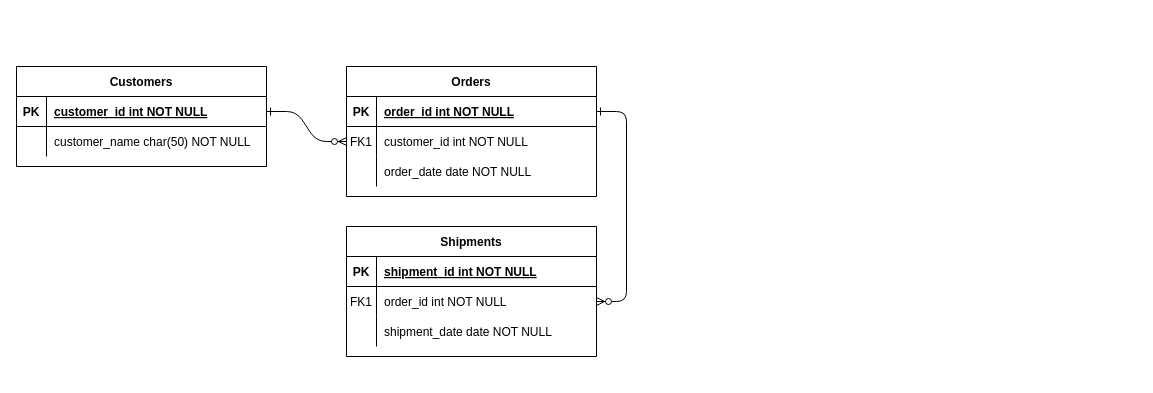
Above: page "Page-1" (1 of 2) of carrot.drawio in Lee-seungju/drawfile (draw.io), before the change. Source tidied: cells renumbered, new cells numbered last; positions are measured from the earlier drawing's top-left corner, leaving out a move shared by most shapes. Both pictures are drawn from the tidied source at 100%, with x=0, y=0 at pixel (16, 66).
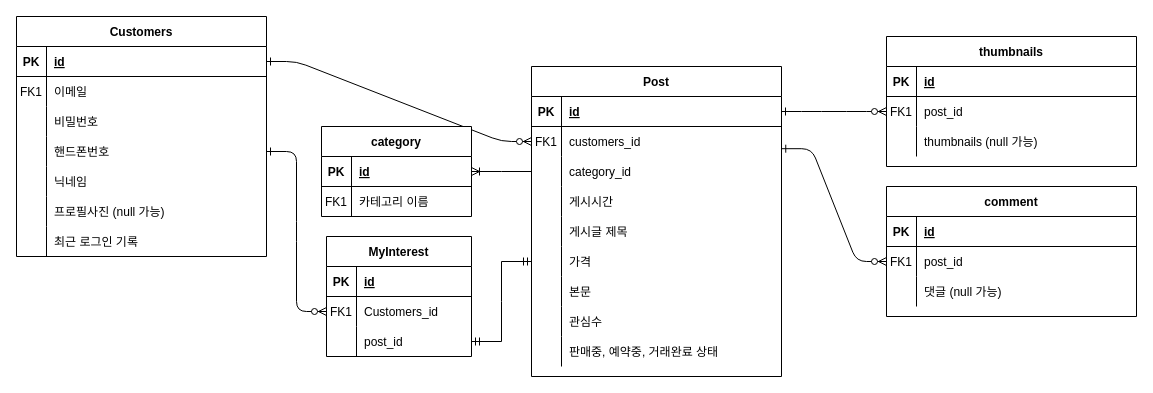
The same diagram, later.

Unchanged cells that the change refers to:
```xml
<mxCell id="5" style="shape=partialRectangle;fillColor=none;points=[[0,0.5],[1,0.5]];portConstraint=eastwest;top=0;left=0;right=0;bottom=1;" parent="4" vertex="1">
  <mxGeometry y="30" width="250" height="30" as="geometry" />
</mxCell>
<mxCell id="8" style="shape=partialRectangle;fillColor=none;points=[[0,0.5],[1,0.5]];portConstraint=eastwest;top=0;left=0;right=0;bottom=0;" parent="4" vertex="1">
  <mxGeometry y="60" width="250" height="30" as="geometry" />
</mxCell>
<mxCell id="11" style="shape=partialRectangle;fillColor=none;points=[[0,0.5],[1,0.5]];portConstraint=eastwest;top=0;left=0;right=0;bottom=0;" parent="4" vertex="1">
  <mxGeometry y="90" width="250" height="30" as="geometry" />
</mxCell>
<mxCell id="15" style="shape=partialRectangle;fillColor=none;top=0;left=0;right=0;bottom=1;" parent="14" vertex="1">
  <mxGeometry y="30" width="250" height="30" as="geometry" />
</mxCell>
<mxCell id="18" style="shape=partialRectangle;fillColor=none;points=[[0,0.5],[1,0.5]];portConstraint=eastwest;top=0;left=0;right=0;bottom=0;" parent="14" vertex="1">
  <mxGeometry y="60" width="250" height="30" as="geometry" />
</mxCell>
<mxCell id="21" style="shape=partialRectangle;fillColor=none;top=0;left=0;right=0;bottom=0;" parent="14" vertex="1">
  <mxGeometry y="90" width="250" height="30" as="geometry" />
</mxCell>
<mxCell id="25" style="shape=partialRectangle;fillColor=none;points=[[0,0.5],[1,0.5]];portConstraint=eastwest;top=0;left=0;right=0;bottom=1;" parent="24" vertex="1">
  <mxGeometry y="30" width="250" height="30" as="geometry" />
</mxCell>
<mxCell id="28" style="shape=partialRectangle;fillColor=none;top=0;left=0;right=0;bottom=0;" parent="24" vertex="1">
  <mxGeometry y="60" width="250" height="30" as="geometry" />
</mxCell>
```

Change to the diagram source:
```diff
@@
-    <mxCell id="2" style="edgeStyle=entityRelationEdgeStyle;endArrow=ERzeroToMany;startArrow=ERone;endFill=1;startFill=0;" parent="1" edge="1" source="25" target="8">
+    <mxCell id="2" style="edgeStyle=entityRelationEdgeStyle;endArrow=ERzeroToMany;startArrow=ERone;endFill=1;startFill=0;snapToPoint=0;fixDash=0;anchorPointDirection=1;" parent="1" edge="1" source="25" target="8">
       <mxGeometry relative="1" as="geometry" />
     </mxCell>
-    <mxCell id="3" style="edgeStyle=entityRelationEdgeStyle;endArrow=ERzeroToMany;startArrow=ERone;endFill=1;startFill=0;" parent="1" edge="1" source="5" target="18">
+    <mxCell id="3" style="edgeStyle=entityRelationEdgeStyle;endArrow=ERzeroToMany;startArrow=ERone;endFill=1;startFill=0;entryX=0;entryY=0.5;entryDx=0;entryDy=0;" parent="1" edge="1" source="5" target="18">
       <mxGeometry relative="1" as="geometry" />
     </mxCell>
-    <mxCell id="4" value="Orders" style="shape=table;startSize=30;childLayout=tableLayout;rowLines=0;fontStyle=1;align=center;" parent="1" vertex="1">
-      <mxGeometry x="330" width="250" height="130" as="geometry" />
+    <mxCell id="4" value="Post" style="shape=table;startSize=30;childLayout=tableLayout;rowLines=0;fontStyle=1;align=center;" parent="1" vertex="1">
+      <mxGeometry x="515" width="250" height="310" as="geometry" />
     </mxCell>
@@
-    <mxCell id="7" value="order_id int NOT NULL " style="shape=partialRectangle;overflow=hidden;fillColor=none;top=0;left=0;bottom=0;right=0;align=left;spacingLeft=6;fontStyle=5;" parent="5" vertex="1">
+    <mxCell id="7" value="id" style="shape=partialRectangle;overflow=hidden;fillColor=none;top=0;left=0;bottom=0;right=0;align=left;spacingLeft=6;fontStyle=5;" parent="5" vertex="1">
       <mxGeometry x="30" width="220" height="30" as="geometry" />
     </mxCell>
@@
-    <mxCell id="10" value="customer_id int NOT NULL" style="shape=partialRectangle;overflow=hidden;fillColor=none;top=0;left=0;bottom=0;right=0;align=left;spacingLeft=6;" parent="8" vertex="1">
+    <mxCell id="10" value="customers_id" style="shape=partialRectangle;overflow=hidden;fillColor=none;top=0;left=0;bottom=0;right=0;align=left;spacingLeft=6;" parent="8" vertex="1">
       <mxGeometry x="30" width="220" height="30" as="geometry" />
     </mxCell>
@@
-    <mxCell id="13" value="order_date date NOT NULL" style="shape=partialRectangle;overflow=hidden;fillColor=none;top=0;left=0;bottom=0;right=0;align=left;spacingLeft=6;" parent="11" vertex="1">
+    <mxCell id="13" value="category_id" style="shape=partialRectangle;overflow=hidden;fillColor=none;top=0;left=0;bottom=0;right=0;align=left;spacingLeft=6;" parent="11" vertex="1">
       <mxGeometry x="30" width="220" height="30" as="geometry" />
     </mxCell>
+    <mxCell id="31" style="shape=partialRectangle;fillColor=none;top=0;left=0;right=0;bottom=0;" parent="4" vertex="1">
+      <mxGeometry y="120" width="250" height="30" as="geometry" />
+    </mxCell>
+    <mxCell id="32" style="shape=partialRectangle;overflow=hidden;fillColor=none;top=0;left=0;bottom=0;right=0;" parent="31" vertex="1">
+      <mxGeometry width="30" height="30" as="geometry" />
+    </mxCell>
+    <mxCell id="33" value="게시시간" style="shape=partialRectangle;overflow=hidden;fillColor=none;top=0;left=0;bottom=0;right=0;align=left;spacingLeft=6;" parent="31" vertex="1">
+      <mxGeometry x="30" width="220" height="30" as="geometry" />
+    </mxCell>
+    <mxCell id="34" style="shape=partialRectangle;fillColor=none;top=0;left=0;right=0;bottom=0;" parent="4" vertex="1">
+      <mxGeometry y="150" width="250" height="30" as="geometry" />
+    </mxCell>
+    <mxCell id="35" style="shape=partialRectangle;overflow=hidden;fillColor=none;top=0;left=0;bottom=0;right=0;" parent="34" vertex="1">
+      <mxGeometry width="30" height="30" as="geometry" />
+    </mxCell>
+    <mxCell id="36" value="게시글 제목" style="shape=partialRectangle;overflow=hidden;fillColor=none;top=0;left=0;bottom=0;right=0;align=left;spacingLeft=6;" parent="34" vertex="1">
+      <mxGeometry x="30" width="220" height="30" as="geometry" />
+    </mxCell>
+    <mxCell id="37" style="shape=partialRectangle;fillColor=none;points=[[0,0.5],[1,0.5]];portConstraint=eastwest;top=0;left=0;right=0;bottom=0;" parent="4" vertex="1">
+      <mxGeometry y="180" width="250" height="30" as="geometry" />
+    </mxCell>
+    <mxCell id="38" style="shape=partialRectangle;overflow=hidden;fillColor=none;top=0;left=0;bottom=0;right=0;" parent="37" vertex="1">
+      <mxGeometry width="30" height="30" as="geometry" />
+    </mxCell>
+    <mxCell id="39" value="가격" style="shape=partialRectangle;overflow=hidden;fillColor=none;top=0;left=0;bottom=0;right=0;align=left;spacingLeft=6;" parent="37" vertex="1">
+      <mxGeometry x="30" width="220" height="30" as="geometry" />
+    </mxCell>
+    <mxCell id="40" style="shape=partialRectangle;fillColor=none;top=0;left=0;right=0;bottom=0;" parent="4" vertex="1">
+      <mxGeometry y="210" width="250" height="30" as="geometry" />
+    </mxCell>
+    <mxCell id="41" style="shape=partialRectangle;overflow=hidden;fillColor=none;top=0;left=0;bottom=0;right=0;" parent="40" vertex="1">
+      <mxGeometry width="30" height="30" as="geometry" />
+    </mxCell>
+    <mxCell id="42" value="본문" style="shape=partialRectangle;overflow=hidden;fillColor=none;top=0;left=0;bottom=0;right=0;align=left;spacingLeft=6;" parent="40" vertex="1">
+      <mxGeometry x="30" width="220" height="30" as="geometry" />
+    </mxCell>
+    <mxCell id="43" style="shape=partialRectangle;fillColor=none;top=0;left=0;right=0;bottom=0;" parent="4" vertex="1">
+      <mxGeometry y="240" width="250" height="30" as="geometry" />
+    </mxCell>
+    <mxCell id="44" style="shape=partialRectangle;overflow=hidden;fillColor=none;top=0;left=0;bottom=0;right=0;" parent="43" vertex="1">
+      <mxGeometry width="30" height="30" as="geometry" />
+    </mxCell>
+    <mxCell id="45" value="관심수" style="shape=partialRectangle;overflow=hidden;fillColor=none;top=0;left=0;bottom=0;right=0;align=left;spacingLeft=6;" parent="43" vertex="1">
+      <mxGeometry x="30" width="220" height="30" as="geometry" />
+    </mxCell>
+    <mxCell id="46" style="shape=partialRectangle;fillColor=none;top=0;left=0;right=0;bottom=0;" parent="4" vertex="1">
+      <mxGeometry y="270" width="250" height="30" as="geometry" />
+    </mxCell>
+    <mxCell id="47" style="shape=partialRectangle;overflow=hidden;fillColor=none;top=0;left=0;bottom=0;right=0;" parent="46" vertex="1">
+      <mxGeometry width="30" height="30" as="geometry" />
+    </mxCell>
+    <mxCell id="48" value="판매중, 예약중, 거래완료 상태" style="shape=partialRectangle;overflow=hidden;fillColor=none;top=0;left=0;bottom=0;right=0;align=left;spacingLeft=6;" parent="46" vertex="1">
+      <mxGeometry x="30" width="220" height="30" as="geometry" />
+    </mxCell>
-    <mxCell id="14" value="Shipments" style="shape=table;startSize=30;childLayout=tableLayout;rowLines=0;fontStyle=1;align=center;" parent="1" vertex="1">
-      <mxGeometry x="330" y="160" width="250" height="130" as="geometry" />
+    <mxCell id="14" value="thumbnails" style="shape=table;startSize=30;childLayout=tableLayout;rowLines=0;fontStyle=1;align=center;" parent="1" vertex="1">
+      <mxGeometry x="870" y="-30" width="250" height="130" as="geometry" />
     </mxCell>
@@
-    <mxCell id="17" value="shipment_id int NOT NULL " style="shape=partialRectangle;overflow=hidden;fillColor=none;top=0;left=0;bottom=0;right=0;align=left;spacingLeft=6;fontStyle=5;" parent="15" vertex="1">
+    <mxCell id="17" value="id" style="shape=partialRectangle;overflow=hidden;fillColor=none;top=0;left=0;bottom=0;right=0;align=left;spacingLeft=6;fontStyle=5;" parent="15" vertex="1">
       <mxGeometry x="30" width="220" height="30" as="geometry" />
     </mxCell>
@@
-    <mxCell id="20" value="order_id int NOT NULL" style="shape=partialRectangle;overflow=hidden;fillColor=none;top=0;left=0;bottom=0;right=0;align=left;spacingLeft=6;" parent="18" vertex="1">
+    <mxCell id="20" value="post_id" style="shape=partialRectangle;overflow=hidden;fillColor=none;top=0;left=0;bottom=0;right=0;align=left;spacingLeft=6;" parent="18" vertex="1">
       <mxGeometry x="30" width="220" height="30" as="geometry" />
     </mxCell>
@@
-    <mxCell id="23" value="shipment_date date NOT NULL" style="shape=partialRectangle;overflow=hidden;fillColor=none;top=0;left=0;bottom=0;right=0;align=left;spacingLeft=6;" parent="21" vertex="1">
+    <mxCell id="23" value="thumbnails (null 가능)" style="shape=partialRectangle;overflow=hidden;fillColor=none;top=0;left=0;bottom=0;right=0;align=left;spacingLeft=6;" parent="21" vertex="1">
       <mxGeometry x="30" width="220" height="30" as="geometry" />
     </mxCell>
+    <mxCell id="49" value="MyInterest" style="shape=table;startSize=30;childLayout=tableLayout;rowLines=0;fontStyle=1;align=center;" parent="1" vertex="1">
+      <mxGeometry x="310" y="170" width="145" height="120" as="geometry" />
+    </mxCell>
+    <mxCell id="50" style="shape=partialRectangle;fillColor=none;top=0;left=0;right=0;bottom=1;" parent="49" vertex="1">
+      <mxGeometry y="30" width="145" height="30" as="geometry" />
+    </mxCell>
+    <mxCell id="51" value="PK" style="shape=partialRectangle;overflow=hidden;fillColor=none;top=0;left=0;bottom=0;right=0;fontStyle=1;" parent="50" vertex="1">
+      <mxGeometry width="30" height="30" as="geometry" />
+    </mxCell>
+    <mxCell id="52" value="id" style="shape=partialRectangle;overflow=hidden;fillColor=none;top=0;left=0;bottom=0;right=0;align=left;spacingLeft=6;fontStyle=5;" parent="50" vertex="1">
+      <mxGeometry x="30" width="115" height="30" as="geometry" />
+    </mxCell>
+    <mxCell id="53" style="shape=partialRectangle;fillColor=none;points=[[0,0.5],[1,0.5]];portConstraint=eastwest;top=0;left=0;right=0;bottom=0;" parent="49" vertex="1">
+      <mxGeometry y="60" width="145" height="30" as="geometry" />
+    </mxCell>
+    <mxCell id="54" value="FK1" style="shape=partialRectangle;overflow=hidden;fillColor=none;top=0;left=0;bottom=0;right=0;" parent="53" vertex="1">
+      <mxGeometry width="30" height="30" as="geometry" />
+    </mxCell>
+    <mxCell id="55" value="Customers_id" style="shape=partialRectangle;overflow=hidden;fillColor=none;top=0;left=0;bottom=0;right=0;align=left;spacingLeft=6;" parent="53" vertex="1">
+      <mxGeometry x="30" width="115" height="30" as="geometry" />
+    </mxCell>
+    <mxCell id="56" style="shape=partialRectangle;fillColor=none;points=[[0,0.5],[1,0.5]];portConstraint=eastwest;top=0;left=0;right=0;bottom=0;" parent="49" vertex="1">
+      <mxGeometry y="90" width="145" height="30" as="geometry" />
+    </mxCell>
+    <mxCell id="57" style="shape=partialRectangle;overflow=hidden;fillColor=none;top=0;left=0;bottom=0;right=0;" parent="56" vertex="1">
+      <mxGeometry width="30" height="30" as="geometry" />
+    </mxCell>
+    <mxCell id="58" value="post_id" style="shape=partialRectangle;overflow=hidden;fillColor=none;top=0;left=0;bottom=0;right=0;align=left;spacingLeft=6;" parent="56" vertex="1">
+      <mxGeometry x="30" width="115" height="30" as="geometry" />
+    </mxCell>
-    <mxCell id="24" value="Customers" style="shape=table;startSize=30;childLayout=tableLayout;rowLines=0;fontStyle=1;align=center;" parent="1" vertex="1">
-      <mxGeometry width="250" height="100" as="geometry" />
+    <mxCell id="24" value="Customers" style="shape=table;startSize=30;childLayout=tableLayout;rowLines=0;fontStyle=1;align=center;horizontal=1;flipV=0;flipH=0;" parent="1" vertex="1">
+      <mxGeometry y="-50" width="250" height="240" as="geometry" />
     </mxCell>
@@
-    <mxCell id="27" value="customer_id int NOT NULL " style="shape=partialRectangle;overflow=hidden;fillColor=none;top=0;left=0;bottom=0;right=0;align=left;spacingLeft=6;fontStyle=5;" parent="25" vertex="1">
+    <mxCell id="27" value="id" style="shape=partialRectangle;overflow=hidden;fillColor=none;top=0;left=0;bottom=0;right=0;align=left;spacingLeft=6;fontStyle=5;" parent="25" vertex="1">
       <mxGeometry x="30" width="220" height="30" as="geometry" />
     </mxCell>
@@
-    <mxCell id="29" style="shape=partialRectangle;overflow=hidden;fillColor=none;top=0;left=0;bottom=0;right=0;" parent="28" vertex="1">
+    <mxCell id="29" value="FK1" style="shape=partialRectangle;overflow=hidden;fillColor=none;top=0;left=0;bottom=0;right=0;" parent="28" vertex="1">
       <mxGeometry width="30" height="30" as="geometry" />
     </mxCell>
-    <mxCell id="30" value="customer_name char(50) NOT NULL" style="shape=partialRectangle;overflow=hidden;fillColor=none;top=0;left=0;bottom=0;right=0;align=left;spacingLeft=6;" parent="28" vertex="1">
+    <mxCell id="30" value="이메일" style="shape=partialRectangle;overflow=hidden;fillColor=none;top=0;left=0;bottom=0;right=0;align=left;spacingLeft=6;verticalAlign=middle;" parent="28" vertex="1">
       <mxGeometry x="30" width="220" height="30" as="geometry" />
     </mxCell>
+    <mxCell id="59" style="shape=partialRectangle;fillColor=none;top=0;left=0;right=0;bottom=0;" parent="24" vertex="1">
+      <mxGeometry y="90" width="250" height="30" as="geometry" />
+    </mxCell>
+    <mxCell id="60" style="shape=partialRectangle;overflow=hidden;fillColor=none;top=0;left=0;bottom=0;right=0;" parent="59" vertex="1">
+      <mxGeometry width="30" height="30" as="geometry" />
+    </mxCell>
+    <mxCell id="61" value="비밀번호" style="shape=partialRectangle;overflow=hidden;fillColor=none;top=0;left=0;bottom=0;right=0;align=left;spacingLeft=6;verticalAlign=middle;" parent="59" vertex="1">
+      <mxGeometry x="30" width="220" height="30" as="geometry" />
+    </mxCell>
+    <mxCell id="62" style="shape=partialRectangle;fillColor=none;points=[[0,0.5],[1,0.5]];portConstraint=eastwest;top=0;left=0;right=0;bottom=0;" parent="24" vertex="1">
+      <mxGeometry y="120" width="250" height="30" as="geometry" />
+    </mxCell>
+    <mxCell id="63" style="shape=partialRectangle;overflow=hidden;fillColor=none;top=0;left=0;bottom=0;right=0;" parent="62" vertex="1">
+      <mxGeometry width="30" height="30" as="geometry" />
+    </mxCell>
+    <mxCell id="64" value="핸드폰번호" style="shape=partialRectangle;overflow=hidden;fillColor=none;top=0;left=0;bottom=0;right=0;align=left;spacingLeft=6;verticalAlign=middle;" parent="62" vertex="1">
+      <mxGeometry x="30" width="220" height="30" as="geometry" />
+    </mxCell>
+    <mxCell id="65" style="shape=partialRectangle;fillColor=none;top=0;left=0;right=0;bottom=0;" parent="24" vertex="1">
+      <mxGeometry y="150" width="250" height="30" as="geometry" />
+    </mxCell>
+    <mxCell id="66" style="shape=partialRectangle;overflow=hidden;fillColor=none;top=0;left=0;bottom=0;right=0;" parent="65" vertex="1">
+      <mxGeometry width="30" height="30" as="geometry" />
+    </mxCell>
+    <mxCell id="67" value="닉네임" style="shape=partialRectangle;overflow=hidden;fillColor=none;top=0;left=0;bottom=0;right=0;align=left;spacingLeft=6;verticalAlign=middle;" parent="65" vertex="1">
+      <mxGeometry x="30" width="220" height="30" as="geometry" />
+    </mxCell>
+    <mxCell id="68" style="shape=partialRectangle;fillColor=none;top=0;left=0;right=0;bottom=0;" parent="24" vertex="1">
+      <mxGeometry y="180" width="250" height="30" as="geometry" />
+    </mxCell>
+    <mxCell id="69" style="shape=partialRectangle;overflow=hidden;fillColor=none;top=0;left=0;bottom=0;right=0;" parent="68" vertex="1">
+      <mxGeometry width="30" height="30" as="geometry" />
+    </mxCell>
+    <mxCell id="70" value="프로필사진 (null 가능)" style="shape=partialRectangle;overflow=hidden;fillColor=none;top=0;left=0;bottom=0;right=0;align=left;spacingLeft=6;verticalAlign=middle;" parent="68" vertex="1">
+      <mxGeometry x="30" width="220" height="30" as="geometry" />
+    </mxCell>
+    <mxCell id="71" style="shape=partialRectangle;fillColor=none;top=0;left=0;right=0;bottom=0;" parent="24" vertex="1">
+      <mxGeometry y="210" width="250" height="30" as="geometry" />
+    </mxCell>
+    <mxCell id="72" style="shape=partialRectangle;overflow=hidden;fillColor=none;top=0;left=0;bottom=0;right=0;" parent="71" vertex="1">
+      <mxGeometry width="30" height="30" as="geometry" />
+    </mxCell>
+    <mxCell id="73" value="최근 로그인 기록" style="shape=partialRectangle;overflow=hidden;fillColor=none;top=0;left=0;bottom=0;right=0;align=left;spacingLeft=6;verticalAlign=middle;" parent="71" vertex="1">
+      <mxGeometry x="30" width="220" height="30" as="geometry" />
+    </mxCell>
+    <mxCell id="74" style="edgeStyle=entityRelationEdgeStyle;endArrow=ERzeroToMany;startArrow=ERone;endFill=1;startFill=0;exitX=1.001;exitY=0.74;exitDx=0;exitDy=0;exitPerimeter=0;entryX=0;entryY=0.5;entryDx=0;entryDy=0;" parent="1" edge="1" source="8" target="79">
+      <mxGeometry relative="1" as="geometry" />
+    </mxCell>
+    <mxCell id="75" value="comment" style="shape=table;startSize=30;childLayout=tableLayout;rowLines=0;fontStyle=1;align=center;" parent="1" vertex="1">
+      <mxGeometry x="870" y="120" width="250" height="130" as="geometry" />
+    </mxCell>
+    <mxCell id="76" style="shape=partialRectangle;fillColor=none;top=0;left=0;right=0;bottom=1;" parent="75" vertex="1">
+      <mxGeometry y="30" width="250" height="30" as="geometry" />
+    </mxCell>
+    <mxCell id="77" value="PK" style="shape=partialRectangle;overflow=hidden;fillColor=none;top=0;left=0;bottom=0;right=0;fontStyle=1;" parent="76" vertex="1">
+      <mxGeometry width="30" height="30" as="geometry" />
+    </mxCell>
+    <mxCell id="78" value="id" style="shape=partialRectangle;overflow=hidden;fillColor=none;top=0;left=0;bottom=0;right=0;align=left;spacingLeft=6;fontStyle=5;" parent="76" vertex="1">
+      <mxGeometry x="30" width="220" height="30" as="geometry" />
+    </mxCell>
+    <mxCell id="79" style="shape=partialRectangle;fillColor=none;points=[[0,0.5],[1,0.5]];portConstraint=eastwest;top=0;left=0;right=0;bottom=0;" parent="75" vertex="1">
+      <mxGeometry y="60" width="250" height="30" as="geometry" />
+    </mxCell>
+    <mxCell id="80" value="FK1" style="shape=partialRectangle;overflow=hidden;fillColor=none;top=0;left=0;bottom=0;right=0;" parent="79" vertex="1">
+      <mxGeometry width="30" height="30" as="geometry" />
+    </mxCell>
+    <mxCell id="81" value="post_id" style="shape=partialRectangle;overflow=hidden;fillColor=none;top=0;left=0;bottom=0;right=0;align=left;spacingLeft=6;" parent="79" vertex="1">
+      <mxGeometry x="30" width="220" height="30" as="geometry" />
+    </mxCell>
+    <mxCell id="82" style="shape=partialRectangle;fillColor=none;top=0;left=0;right=0;bottom=0;" parent="75" vertex="1">
+      <mxGeometry y="90" width="250" height="30" as="geometry" />
+    </mxCell>
+    <mxCell id="83" style="shape=partialRectangle;overflow=hidden;fillColor=none;top=0;left=0;bottom=0;right=0;" parent="82" vertex="1">
+      <mxGeometry width="30" height="30" as="geometry" />
+    </mxCell>
+    <mxCell id="84" value="댓글 (null 가능)" style="shape=partialRectangle;overflow=hidden;fillColor=none;top=0;left=0;bottom=0;right=0;align=left;spacingLeft=6;" parent="82" vertex="1">
+      <mxGeometry x="30" width="220" height="30" as="geometry" />
+    </mxCell>
+    <mxCell id="85" style="edgeStyle=entityRelationEdgeStyle;endArrow=ERzeroToMany;startArrow=ERone;endFill=1;startFill=0;snapToPoint=0;fixDash=0;anchorPointDirection=1;entryX=0;entryY=0.5;entryDx=0;entryDy=0;" parent="1" edge="1" source="62" target="53">
+      <mxGeometry relative="1" as="geometry" />
+    </mxCell>
+    <mxCell id="86" style="edgeStyle=entityRelationEdgeStyle;fontSize=12;html=1;endArrow=ERmandOne;startArrow=ERmandOne;rounded=0;exitX=1;exitY=0.5;exitDx=0;exitDy=0;entryX=0;entryY=0.5;entryDx=0;entryDy=0;" parent="1" edge="1" source="56" target="37">
+      <mxGeometry relative="1" as="geometry" />
+    </mxCell>
+    <mxCell id="87" value="category" style="shape=table;startSize=30;childLayout=tableLayout;rowLines=0;fontStyle=1;align=center;" parent="1" vertex="1">
+      <mxGeometry x="305" y="60" width="150" height="90" as="geometry" />
+    </mxCell>
+    <mxCell id="88" style="shape=partialRectangle;fillColor=none;points=[[0,0.5],[1,0.5]];portConstraint=eastwest;top=0;left=0;right=0;bottom=1;" parent="87" vertex="1">
+      <mxGeometry y="30" width="150" height="30" as="geometry" />
+    </mxCell>
+    <mxCell id="89" value="PK" style="shape=partialRectangle;overflow=hidden;fillColor=none;top=0;left=0;bottom=0;right=0;fontStyle=1;" parent="88" vertex="1">
+      <mxGeometry width="30" height="30" as="geometry" />
+    </mxCell>
+    <mxCell id="90" value="id" style="shape=partialRectangle;overflow=hidden;fillColor=none;top=0;left=0;bottom=0;right=0;align=left;spacingLeft=6;fontStyle=5;" parent="88" vertex="1">
+      <mxGeometry x="30" width="120" height="30" as="geometry" />
+    </mxCell>
+    <mxCell id="91" style="shape=partialRectangle;fillColor=none;top=0;left=0;right=0;bottom=0;" parent="87" vertex="1">
+      <mxGeometry y="60" width="150" height="30" as="geometry" />
+    </mxCell>
+    <mxCell id="92" value="FK1" style="shape=partialRectangle;overflow=hidden;fillColor=none;top=0;left=0;bottom=0;right=0;" parent="91" vertex="1">
+      <mxGeometry width="30" height="30" as="geometry" />
+    </mxCell>
+    <mxCell id="93" value="카테고리 이름" style="shape=partialRectangle;overflow=hidden;fillColor=none;top=0;left=0;bottom=0;right=0;align=left;spacingLeft=6;" parent="91" vertex="1">
+      <mxGeometry x="30" width="120" height="30" as="geometry" />
+    </mxCell>
+    <mxCell id="94" style="edgeStyle=entityRelationEdgeStyle;fontSize=12;html=1;endArrow=ERoneToMany;rounded=0;exitX=0;exitY=0.5;exitDx=0;exitDy=0;entryX=1;entryY=0.5;entryDx=0;entryDy=0;" parent="1" edge="1" source="11" target="88">
+      <mxGeometry relative="1" as="geometry" />
+    </mxCell>
```
